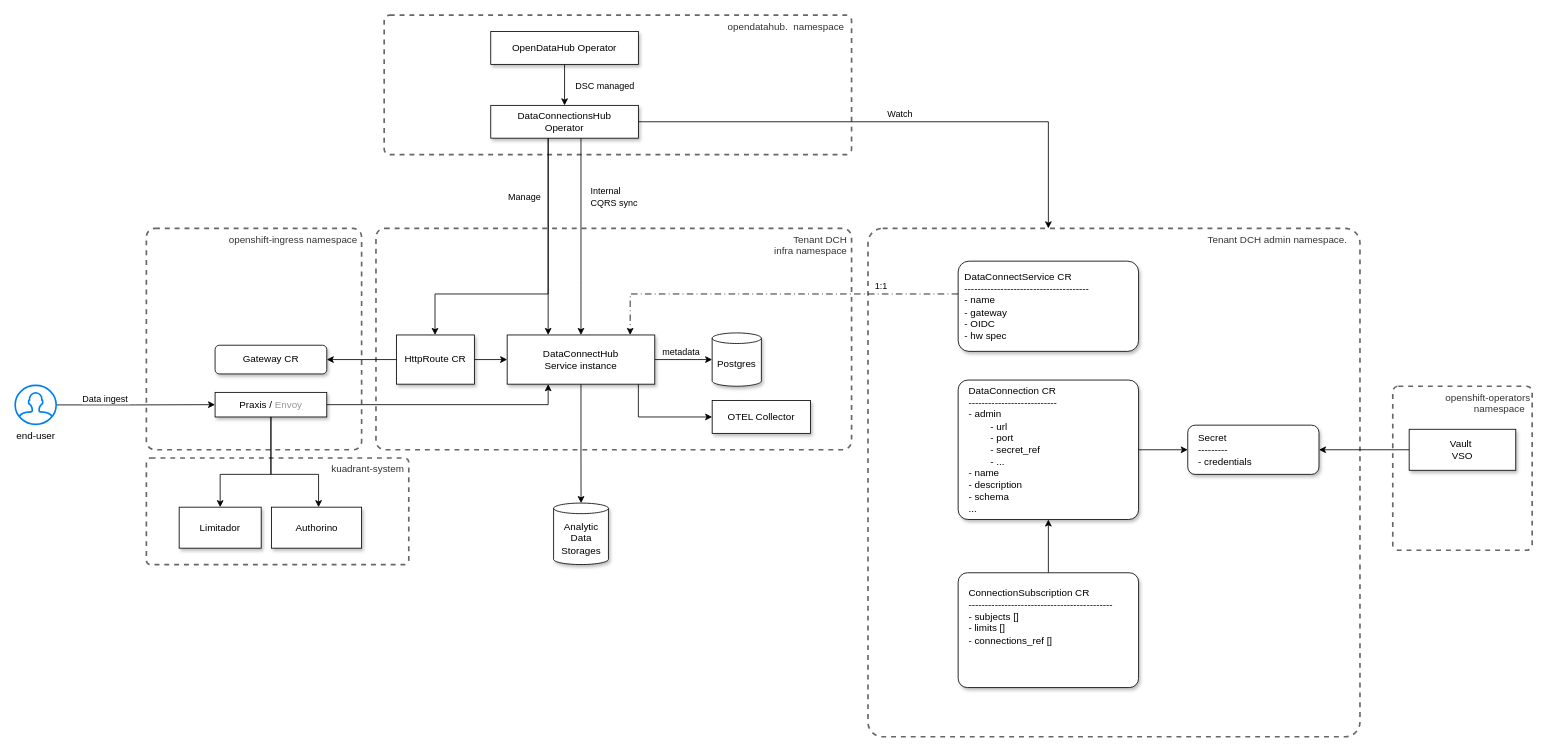
Above: page "Cluster" (1 of 5) of architecture-decision-records/data-connect-hub/diagrams/Connections.drawio in opendatahub-io/architecture-decision-records (draw.io), before the change. Source tidied: cells renumbered, new cells numbered last; positions are measured from the earlier drawing's top-left corner, leaving out a move shared by most shapes. Both pictures are drawn from the tidied source at 82%, with x=0, y=0 at pixel (15, 15).
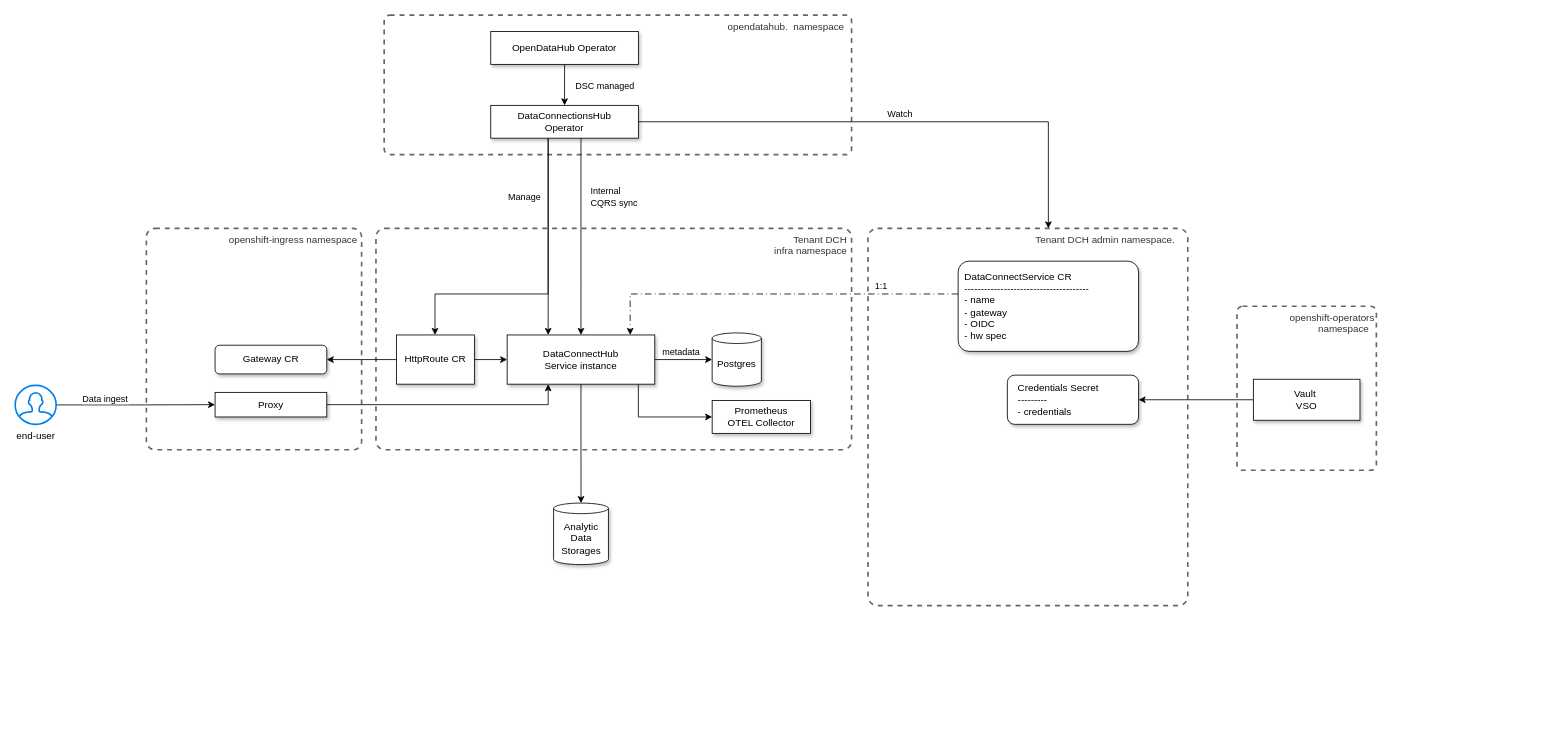
The same diagram, later.

Diff of the diagram source:
```diff
@@
     <mxCell id="3" value="Tenant DCH admin namespace.&amp;nbsp; &amp;nbsp;&amp;nbsp;" style="rounded=1;whiteSpace=wrap;html=1;verticalAlign=top;align=right;dashed=1;arcSize=3;fillColor=none;fontColor=#333333;strokeColor=#666666;strokeWidth=2;" parent="1" vertex="1">
-      <mxGeometry x="1040" y="260" width="600" height="620" as="geometry" />
+      <mxGeometry x="1040" y="260" width="390" height="460" as="geometry" />
     </mxCell>
@@
-    <mxCell id="26" value="kuadrant-system&amp;nbsp;" style="rounded=1;whiteSpace=wrap;html=1;verticalAlign=top;align=right;dashed=1;arcSize=4;fillColor=none;fontColor=#333333;strokeColor=#666666;strokeWidth=2;" parent="1" vertex="1">
-      <mxGeometry x="160" y="540" width="320" height="130" as="geometry" />
-    </mxCell>
-    <mxCell id="27" value="Authorino" style="rounded=0;whiteSpace=wrap;html=1;shadow=1;" parent="1" vertex="1">
-      <mxGeometry x="312.5" y="600" width="110" height="50" as="geometry" />
-    </mxCell>
-    <mxCell id="28" value="Limitador" style="rounded=0;whiteSpace=wrap;html=1;shadow=1;" parent="1" vertex="1">
-      <mxGeometry x="200" y="600" width="100" height="50" as="geometry" />
-    </mxCell>
-    <mxCell id="29" style="edgeStyle=orthogonalEdgeStyle;rounded=0;jettySize=auto;html=1;" parent="1" edge="1" source="31" target="27">
-      <mxGeometry relative="1" as="geometry">
-        <Array as="points">
-          <mxPoint x="312" y="560" />
-          <mxPoint x="370" y="560" />
-        </Array>
-      </mxGeometry>
-    </mxCell>
@@
-    <mxCell id="31" value="Praxis / &lt;font style=&quot;color: rgb(153, 153, 153);&quot;&gt;Envoy&lt;/font&gt;" style="rounded=0;whiteSpace=wrap;html=1;shadow=1;" parent="1" vertex="1">
+    <mxCell id="31" value="Proxy" style="rounded=0;whiteSpace=wrap;html=1;shadow=1;" parent="1" vertex="1">
       <mxGeometry x="243.8" y="460" width="136.2" height="30" as="geometry" />
     </mxCell>
-    <mxCell id="32" style="edgeStyle=orthogonalEdgeStyle;rounded=0;jettySize=auto;html=1;" parent="1" edge="1" source="31" target="28">
-      <mxGeometry relative="1" as="geometry">
-        <Array as="points">
-          <mxPoint x="312" y="560" />
-          <mxPoint x="250" y="560" />
-        </Array>
-      </mxGeometry>
-    </mxCell>
-    <mxCell id="33" style="edgeStyle=orthogonalEdgeStyle;rounded=0;jettySize=auto;html=1;entryX=0;entryY=0.5;entryDx=0;entryDy=0;" parent="1" edge="1" source="34" target="35">
-      <mxGeometry relative="1" as="geometry" />
-    </mxCell>
-    <mxCell id="34" value="DataConnection CR&lt;div&gt;---------------------------&lt;/div&gt;&lt;div&gt;- admin&lt;/div&gt;&lt;div&gt;&lt;span style=&quot;white-space: pre;&quot;&gt;&#9;&lt;/span&gt;- url&lt;br&gt;&lt;/div&gt;&lt;div&gt;&lt;span style=&quot;white-space: pre;&quot;&gt;&#9;&lt;/span&gt;- port&lt;br&gt;&lt;/div&gt;&lt;div&gt;&lt;span style=&quot;white-space: pre;&quot;&gt;&#9;&lt;/span&gt;- secret_ref&lt;br&gt;&lt;/div&gt;&lt;div&gt;&lt;span style=&quot;white-space: pre;&quot;&gt;&#9;&lt;/span&gt;- ...&lt;br&gt;&lt;/div&gt;&lt;div&gt;- name&lt;/div&gt;&lt;div&gt;- description&lt;/div&gt;&lt;div&gt;- schema&lt;/div&gt;&lt;div&gt;...&lt;/div&gt;" style="rounded=1;whiteSpace=wrap;html=1;align=left;spacing=13;arcSize=7;shadow=1;" parent="1" vertex="1">
-      <mxGeometry x="1150" y="445" width="220" height="170" as="geometry" />
-    </mxCell>
-    <mxCell id="35" value="Secret&lt;div&gt;---------&lt;/div&gt;&lt;div&gt;- credentials&lt;/div&gt;" style="rounded=1;whiteSpace=wrap;html=1;align=left;spacing=13;shadow=1;" parent="1" vertex="1">
-      <mxGeometry x="1430" y="500" width="160" height="60" as="geometry" />
+    <mxCell id="35" value="Credentials Secret&lt;div&gt;---------&lt;/div&gt;&lt;div&gt;- credentials&lt;/div&gt;" style="rounded=1;whiteSpace=wrap;html=1;align=left;spacing=13;shadow=1;" parent="1" vertex="1">
+      <mxGeometry x="1210" y="439" width="160" height="60" as="geometry" />
     </mxCell>
-    <mxCell id="36" style="edgeStyle=orthogonalEdgeStyle;rounded=0;jettySize=auto;html=1;entryX=0.5;entryY=1;entryDx=0;entryDy=0;" parent="1" edge="1" source="37" target="34">
-      <mxGeometry relative="1" as="geometry" />
-    </mxCell>
-    <mxCell id="37" value="ConnectionSubscription CR&lt;div&gt;--------------------------------------------&lt;/div&gt;&lt;div style=&quot;&quot;&gt;- subjects []&lt;/div&gt;&lt;div style=&quot;&quot;&gt;- limits []&lt;/div&gt;&lt;div style=&quot;&quot;&gt;- connections_ref []&lt;/div&gt;" style="rounded=1;whiteSpace=wrap;html=1;verticalAlign=top;arcSize=8;align=left;spacing=13;shadow=1;" parent="1" vertex="1">
-      <mxGeometry x="1150" y="680" width="220" height="140" as="geometry" />
-    </mxCell>
@@
-    <mxCell id="43" value="OTEL Collector" style="rounded=0;whiteSpace=wrap;html=1;shadow=1;" parent="1" vertex="1">
+    <mxCell id="43" value="Prometheus&lt;div&gt;OTEL Collector&lt;/div&gt;" style="rounded=0;whiteSpace=wrap;html=1;shadow=1;" parent="1" vertex="1">
       <mxGeometry x="850" y="470" width="120" height="40" as="geometry" />
     </mxCell>
@@
     <mxCell id="47" value="openshift-operators namespace&amp;nbsp;&amp;nbsp;" style="rounded=1;whiteSpace=wrap;html=1;verticalAlign=top;align=right;dashed=1;arcSize=4;fillColor=none;fontColor=#333333;strokeColor=#666666;strokeWidth=2;" parent="1" vertex="1">
-      <mxGeometry x="1680" y="452.5" width="170" height="200" as="geometry" />
+      <mxGeometry x="1490" y="355" width="170" height="200" as="geometry" />
     </mxCell>
@@
     <mxCell id="49" value="Vault&amp;nbsp;&lt;div&gt;VSO&lt;/div&gt;" style="rounded=0;whiteSpace=wrap;html=1;shadow=1;" parent="1" vertex="1">
-      <mxGeometry x="1700" y="505" width="130" height="50" as="geometry" />
+      <mxGeometry x="1510" y="444" width="130" height="50" as="geometry" />
     </mxCell>
```
